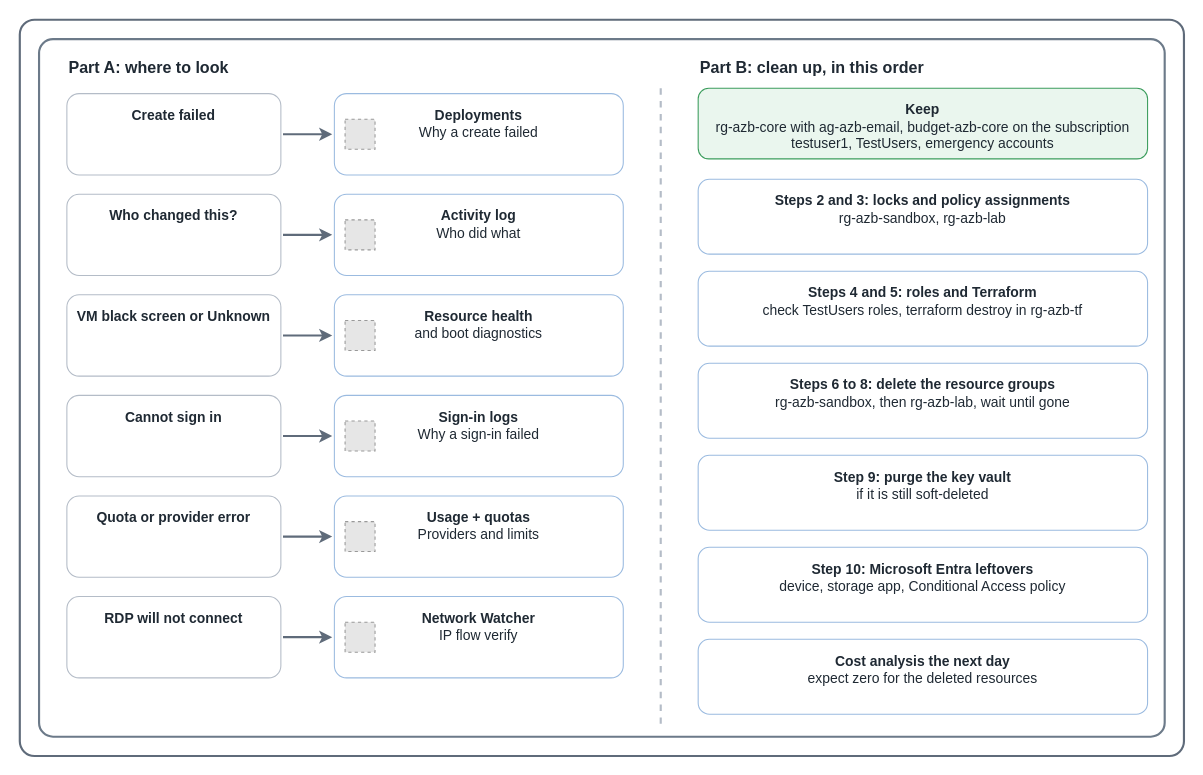
This is src/img/basics/when-something-breaks.drawio from AddySidd27/cloud-ai-notes, a draw.io file, before an edit. Source tidied: cells renumbered, new cells numbered last; positions are measured from the earlier drawing's top-left corner, leaving out a move shared by most shapes. Both pictures are drawn from the tidied source at 107%, with x=0, y=0 at pixel (19, 19). Pictures stored in the file or linked from it are replaced by grey dashed boxes.
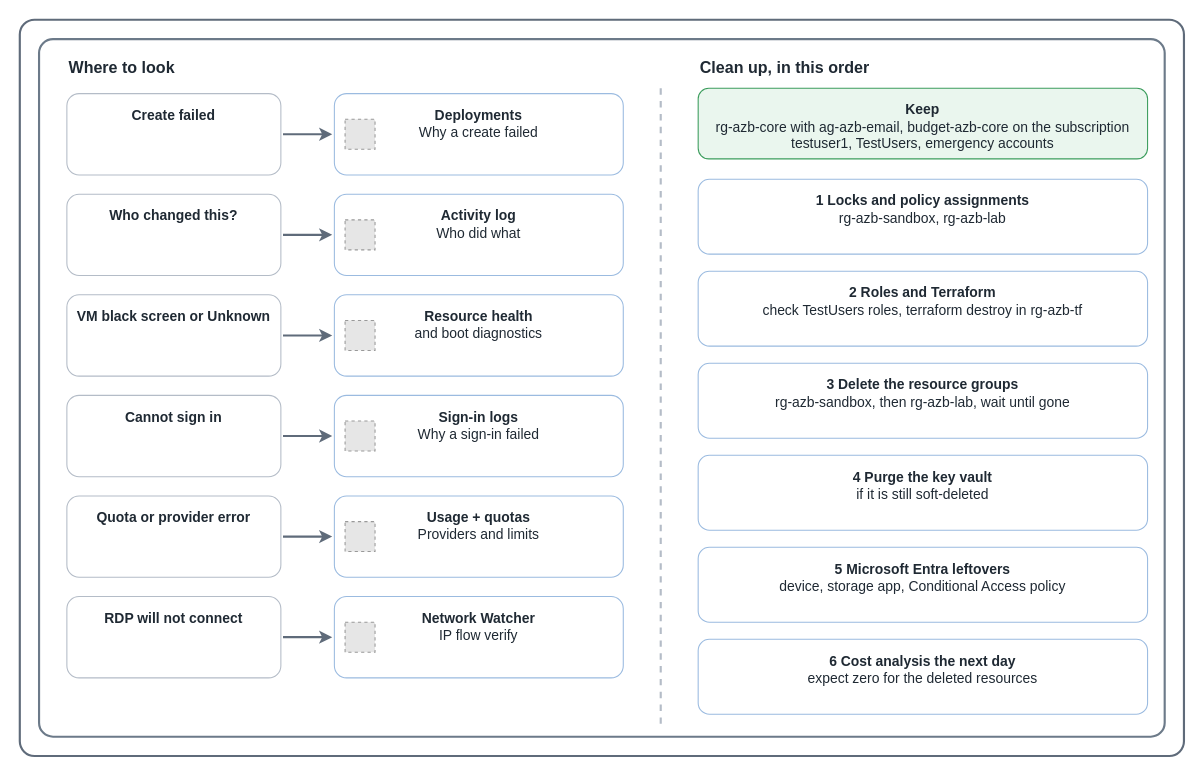
The same page after the edit.

Diff of the diagram source:
```diff
@@
-    <mxCell id="4" value="&lt;b&gt;Part A: where to look&lt;/b&gt;" style="text;html=1;align=left;verticalAlign=middle;fontSize=15;fontColor=#1f2933;" parent="1" vertex="1">
+    <mxCell id="4" value="&lt;b&gt;Where to look&lt;/b&gt;" style="text;html=1;align=left;verticalAlign=middle;fontSize=15;fontColor=#1f2933;" parent="1" vertex="1">
       <mxGeometry x="44" y="32" width="520" height="24" as="geometry" />
     </mxCell>
-    <mxCell id="5" value="&lt;b&gt;Part B: clean up, in this order&lt;/b&gt;" style="text;html=1;align=left;verticalAlign=middle;fontSize=15;fontColor=#1f2933;" parent="1" vertex="1">
+    <mxCell id="5" value="&lt;b&gt;Clean up, in this order&lt;/b&gt;" style="text;html=1;align=left;verticalAlign=middle;fontSize=15;fontColor=#1f2933;" parent="1" vertex="1">
       <mxGeometry x="634" y="32" width="420" height="24" as="geometry" />
     </mxCell>
@@
-    <mxCell id="32" value="&lt;b&gt;Steps 2 and 3: locks and policy assignments&lt;/b&gt;&lt;br&gt;rg-azb-sandbox, rg-azb-lab" style="rounded=1;whiteSpace=wrap;html=1;fillColor=#ffffff;strokeColor=#9bbbe0;fontSize=13;fontColor=#1f2933;verticalAlign=top;spacingTop=6;" parent="1" vertex="1">
+    <mxCell id="32" value="&lt;b&gt;1 Locks and policy assignments&lt;/b&gt;&lt;br&gt;rg-azb-sandbox, rg-azb-lab" style="rounded=1;whiteSpace=wrap;html=1;fillColor=#ffffff;strokeColor=#9bbbe0;fontSize=13;fontColor=#1f2933;verticalAlign=top;spacingTop=6;" parent="1" vertex="1">
       <mxGeometry x="634" y="149" width="420" height="70" as="geometry" />
     </mxCell>
-    <mxCell id="33" value="&lt;b&gt;Steps 4 and 5: roles and Terraform&lt;/b&gt;&lt;br&gt;check TestUsers roles, terraform destroy in rg-azb-tf" style="rounded=1;whiteSpace=wrap;html=1;fillColor=#ffffff;strokeColor=#9bbbe0;fontSize=13;fontColor=#1f2933;verticalAlign=top;spacingTop=6;" parent="1" vertex="1">
+    <mxCell id="33" value="&lt;b&gt;2 Roles and Terraform&lt;/b&gt;&lt;br&gt;check TestUsers roles, terraform destroy in rg-azb-tf" style="rounded=1;whiteSpace=wrap;html=1;fillColor=#ffffff;strokeColor=#9bbbe0;fontSize=13;fontColor=#1f2933;verticalAlign=top;spacingTop=6;" parent="1" vertex="1">
       <mxGeometry x="634" y="235" width="420" height="70" as="geometry" />
     </mxCell>
-    <mxCell id="34" value="&lt;b&gt;Steps 6 to 8: delete the resource groups&lt;/b&gt;&lt;br&gt;rg-azb-sandbox, then rg-azb-lab, wait until gone" style="rounded=1;whiteSpace=wrap;html=1;fillColor=#ffffff;strokeColor=#9bbbe0;fontSize=13;fontColor=#1f2933;verticalAlign=top;spacingTop=6;" parent="1" vertex="1">
+    <mxCell id="34" value="&lt;b&gt;3 Delete the resource groups&lt;/b&gt;&lt;br&gt;rg-azb-sandbox, then rg-azb-lab, wait until gone" style="rounded=1;whiteSpace=wrap;html=1;fillColor=#ffffff;strokeColor=#9bbbe0;fontSize=13;fontColor=#1f2933;verticalAlign=top;spacingTop=6;" parent="1" vertex="1">
       <mxGeometry x="634" y="321" width="420" height="70" as="geometry" />
     </mxCell>
-    <mxCell id="35" value="&lt;b&gt;Step 9: purge the key vault&lt;/b&gt;&lt;br&gt;if it is still soft-deleted" style="rounded=1;whiteSpace=wrap;html=1;fillColor=#ffffff;strokeColor=#9bbbe0;fontSize=13;fontColor=#1f2933;verticalAlign=top;spacingTop=6;" parent="1" vertex="1">
+    <mxCell id="35" value="&lt;b&gt;4 Purge the key vault&lt;/b&gt;&lt;br&gt;if it is still soft-deleted" style="rounded=1;whiteSpace=wrap;html=1;fillColor=#ffffff;strokeColor=#9bbbe0;fontSize=13;fontColor=#1f2933;verticalAlign=top;spacingTop=6;" parent="1" vertex="1">
       <mxGeometry x="634" y="407" width="420" height="70" as="geometry" />
     </mxCell>
-    <mxCell id="36" value="&lt;b&gt;Step 10: Microsoft Entra leftovers&lt;/b&gt;&lt;br&gt;device, storage app, Conditional Access policy" style="rounded=1;whiteSpace=wrap;html=1;fillColor=#ffffff;strokeColor=#9bbbe0;fontSize=13;fontColor=#1f2933;verticalAlign=top;spacingTop=6;" parent="1" vertex="1">
+    <mxCell id="36" value="&lt;b&gt;5 Microsoft Entra leftovers&lt;/b&gt;&lt;br&gt;device, storage app, Conditional Access policy" style="rounded=1;whiteSpace=wrap;html=1;fillColor=#ffffff;strokeColor=#9bbbe0;fontSize=13;fontColor=#1f2933;verticalAlign=top;spacingTop=6;" parent="1" vertex="1">
       <mxGeometry x="634" y="493" width="420" height="70" as="geometry" />
     </mxCell>
-    <mxCell id="37" value="&lt;b&gt;Cost analysis the next day&lt;/b&gt;&lt;br&gt;expect zero for the deleted resources" style="rounded=1;whiteSpace=wrap;html=1;fillColor=#ffffff;strokeColor=#9bbbe0;fontSize=13;fontColor=#1f2933;verticalAlign=top;spacingTop=6;" parent="1" vertex="1">
+    <mxCell id="37" value="&lt;b&gt;6 Cost analysis the next day&lt;/b&gt;&lt;br&gt;expect zero for the deleted resources" style="rounded=1;whiteSpace=wrap;html=1;fillColor=#ffffff;strokeColor=#9bbbe0;fontSize=13;fontColor=#1f2933;verticalAlign=top;spacingTop=6;" parent="1" vertex="1">
       <mxGeometry x="634" y="579" width="420" height="70" as="geometry" />
     </mxCell>
```
